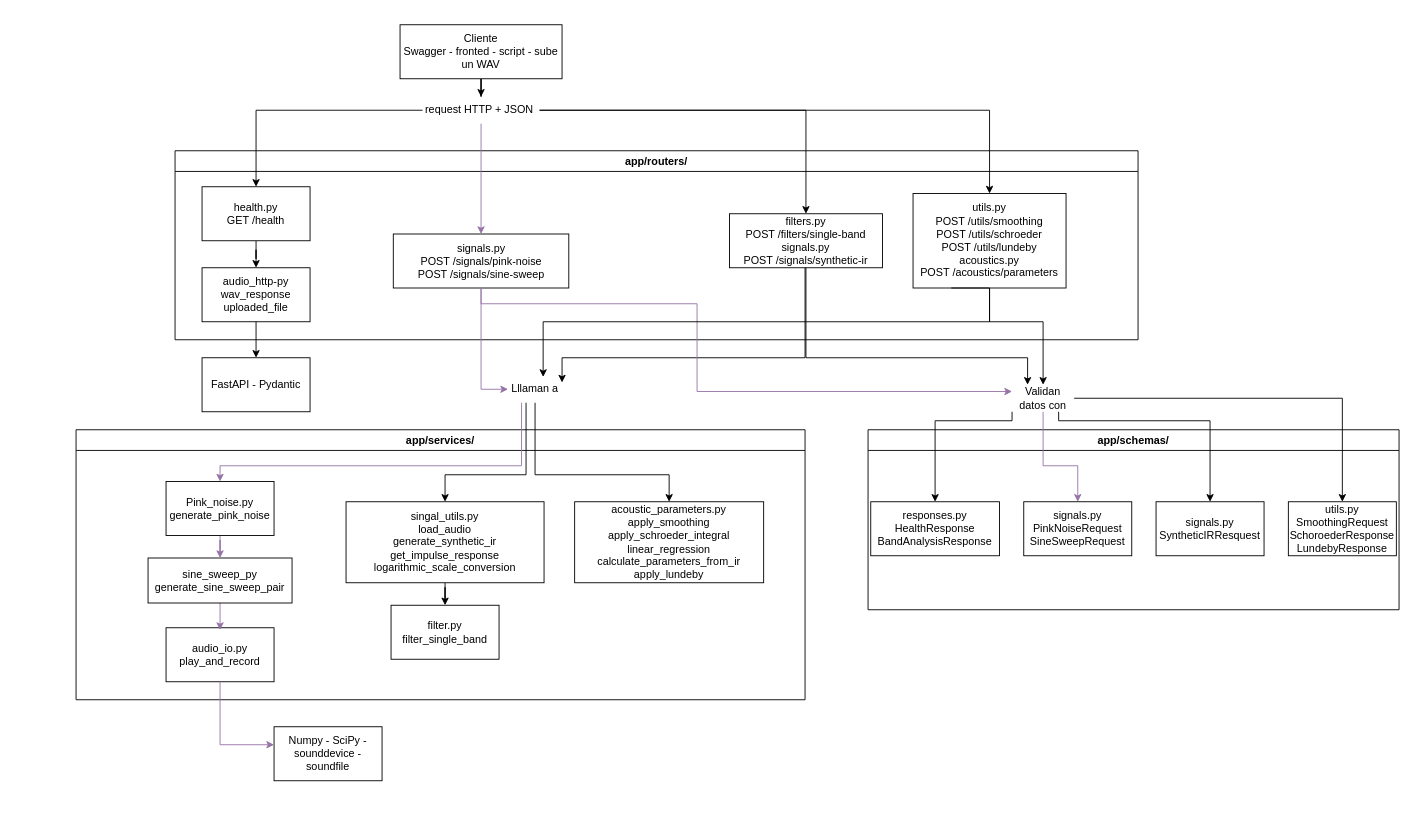
Earlier version of the draw.io diagram docs/arquitectura.drawio (Cadirola24/rir-rar). Source tidied: cells renumbered, new cells numbered last; positions are measured from the earlier drawing's top-left corner, leaving out a move shared by most shapes. Both pictures are drawn from the tidied source at 90%, with x=0, y=0 at pixel (76, 24).
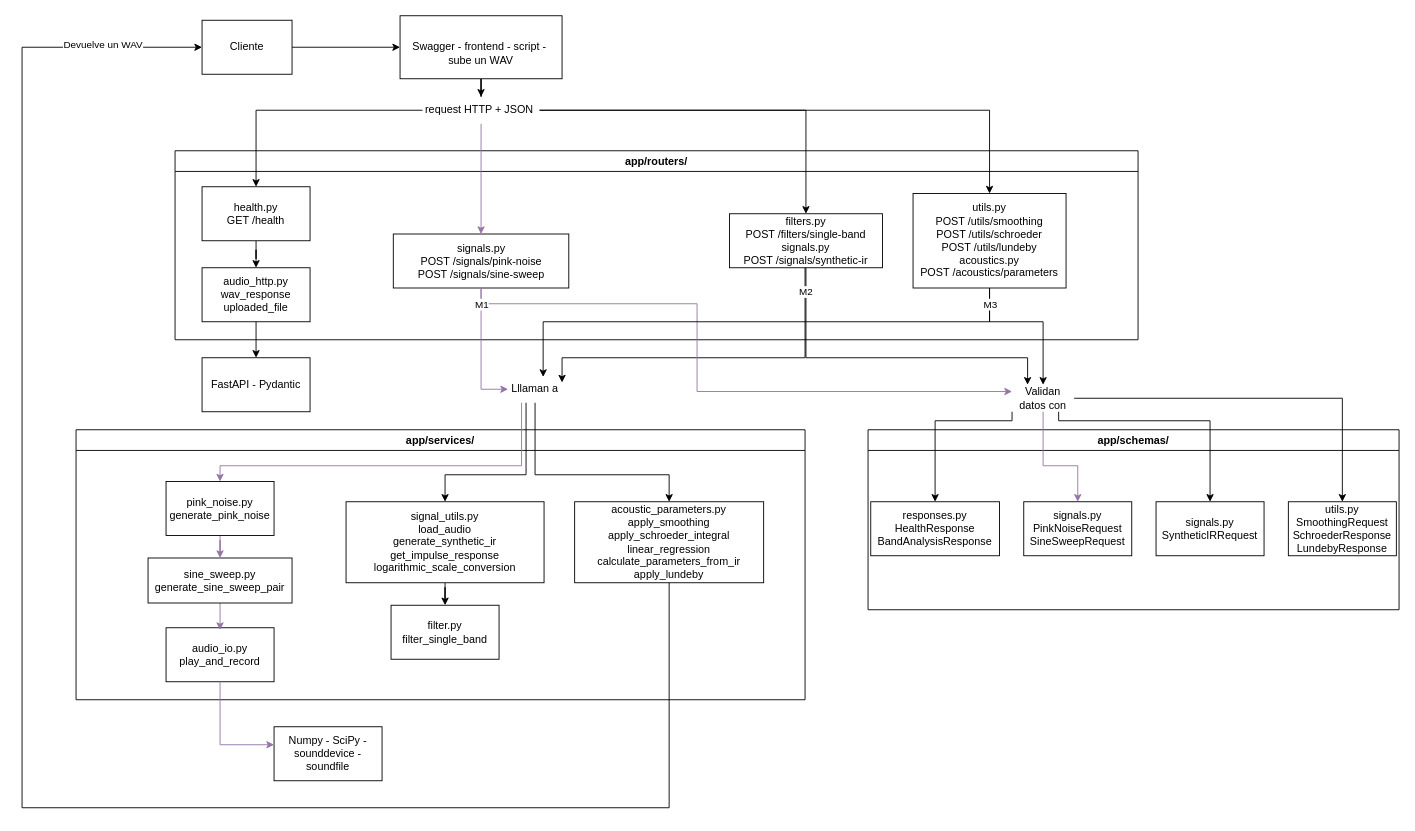
Above is the later version.

Commit message (it also covers changes not shown here):
Corrección final de diagrama

Unchanged cells that the change refers to:
```xml
<mxCell id="2" value="app/routers/" style="swimlane;whiteSpace=wrap;html=1;" parent="1" vertex="1">
  <mxGeometry x="110" y="140" width="1070" height="210" as="geometry" />
</mxCell>
<mxCell id="7" value="utils.py&lt;div&gt;POST /utils/smoothing&lt;/div&gt;&lt;div&gt;POST /utils/schroeder&lt;/div&gt;&lt;div&gt;POST /utils/lundeby&lt;/div&gt;&lt;div&gt;acoustics.py&lt;/div&gt;&lt;div&gt;POST /acoustics/parameters&lt;/div&gt;" style="whiteSpace=wrap;html=1;" parent="2" vertex="1">
  <mxGeometry x="820" y="47.5" width="170" height="105" as="geometry" />
</mxCell>
<mxCell id="16" value="app/schemas/" style="swimlane;whiteSpace=wrap;html=1;" parent="1" vertex="1">
  <mxGeometry x="880" y="450" width="590" height="200" as="geometry" />
</mxCell>
<mxCell id="21" value="app/services/" style="swimlane;whiteSpace=wrap;html=1;" parent="1" vertex="1">
  <mxGeometry y="450" width="810" height="300" as="geometry" />
</mxCell>
<mxCell id="29" value="acoustic_parameters.py&lt;div&gt;&lt;div&gt;apply_smoothing&lt;/div&gt;&lt;div&gt;apply_schroeder_integral&lt;/div&gt;&lt;div&gt;linear_regression&lt;/div&gt;&lt;div&gt;calculate_parameters_from_ir&lt;/div&gt;&lt;div&gt;apply_lundeby&lt;/div&gt;&lt;/div&gt;" style="whiteSpace=wrap;html=1;" parent="21" vertex="1">
  <mxGeometry x="554" y="80" width="210" height="90" as="geometry" />
</mxCell>
<mxCell id="43" value="Lllaman a" style="text;html=1;whiteSpace=wrap;strokeColor=none;fillColor=none;align=center;verticalAlign=middle;rounded=0;" parent="1" vertex="1">
  <mxGeometry x="480" y="390" width="60" height="30" as="geometry" />
</mxCell>
<mxCell id="44" style="edgeStyle=orthogonalEdgeStyle;rounded=0;jettySize=auto;html=1;entryX=1;entryY=0.25;entryDx=0;entryDy=0;strokeColor=light-dark(#000000,#00CC00);" parent="1" edge="1" source="6" target="43">
  <mxGeometry relative="1" as="geometry">
    <Array as="points">
      <mxPoint x="810" y="370" />
      <mxPoint x="540" y="370" />
    </Array>
  </mxGeometry>
</mxCell>
<mxCell id="47" style="edgeStyle=orthogonalEdgeStyle;rounded=0;jettySize=auto;html=1;entryX=0;entryY=0.5;entryDx=0;entryDy=0;strokeColor=light-dark(#9673A6,#990099);" parent="1" edge="1" source="5" target="43">
  <mxGeometry relative="1" as="geometry" />
</mxCell>
```

Diff of the diagram source:
```diff
@@
-    <mxCell id="8" value="audio_http-py&lt;div&gt;wav_response&lt;/div&gt;&lt;div&gt;uploaded_file&lt;/div&gt;" style="whiteSpace=wrap;html=1;" parent="2" vertex="1">
+    <mxCell id="8" value="audio_http.py&lt;div&gt;wav_response&lt;/div&gt;&lt;div&gt;uploaded_file&lt;/div&gt;" style="whiteSpace=wrap;html=1;" parent="2" vertex="1">
       <mxGeometry x="30" y="130" width="120" height="60" as="geometry" />
     </mxCell>
@@
-    <mxCell id="10" value="&lt;div&gt;Cliente&lt;/div&gt;&lt;div&gt;Swagger - fronted - script - sube un WAV&lt;/div&gt;" style="rounded=0;whiteSpace=wrap;html=1;" parent="1" vertex="1">
-      <mxGeometry x="360" width="180" height="60" as="geometry" />
+    <mxCell id="10" value="&lt;div&gt;&lt;br&gt;&lt;/div&gt;&lt;div&gt;Swagger - frontend - script -&amp;nbsp;&lt;/div&gt;&lt;div&gt;sube un WAV&lt;/div&gt;" style="rounded=0;whiteSpace=wrap;html=1;" parent="1" vertex="1">
+      <mxGeometry x="360" y="-10" width="180" height="70" as="geometry" />
     </mxCell>
@@
-    <mxCell id="17" value="signals.py&lt;div&gt;SyntheticIRResquest&lt;/div&gt;" style="whiteSpace=wrap;html=1;" parent="16" vertex="1">
+    <mxCell id="17" value="signals.py&lt;div&gt;SyntheticIRRequest&lt;/div&gt;" style="whiteSpace=wrap;html=1;" parent="16" vertex="1">
       <mxGeometry x="320" y="80" width="120" height="60" as="geometry" />
     </mxCell>
@@
-    <mxCell id="19" value="utils.py&lt;div&gt;SmoothingRequest&lt;/div&gt;&lt;div&gt;SchoroederResponse&lt;/div&gt;&lt;div&gt;LundebyResponse&lt;/div&gt;" style="whiteSpace=wrap;html=1;" parent="16" vertex="1">
+    <mxCell id="19" value="utils.py&lt;div&gt;SmoothingRequest&lt;/div&gt;&lt;div&gt;SchroederResponse&lt;/div&gt;&lt;div&gt;LundebyResponse&lt;/div&gt;" style="whiteSpace=wrap;html=1;" parent="16" vertex="1">
       <mxGeometry x="467" y="80" width="120" height="60" as="geometry" />
     </mxCell>
@@
-    <mxCell id="23" value="Pink_noise.py&lt;div&gt;generate_pink_noise&lt;/div&gt;" style="whiteSpace=wrap;html=1;" parent="21" vertex="1">
+    <mxCell id="23" value="pink_noise.py&lt;div&gt;generate_pink_noise&lt;/div&gt;" style="whiteSpace=wrap;html=1;" parent="21" vertex="1">
       <mxGeometry x="100" y="57.5" width="120" height="60" as="geometry" />
     </mxCell>
@@
-    <mxCell id="26" value="sine_sweep_py&lt;div&gt;generate_sine_sweep_pair&lt;/div&gt;" style="whiteSpace=wrap;html=1;" parent="21" vertex="1">
+    <mxCell id="26" value="sine_sweep.py&lt;div&gt;generate_sine_sweep_pair&lt;/div&gt;" style="whiteSpace=wrap;html=1;" parent="21" vertex="1">
       <mxGeometry x="80" y="142.5" width="160" height="50" as="geometry" />
     </mxCell>
@@
-    <mxCell id="28" value="singal_utils.py&lt;div&gt;&lt;div&gt;load_audio&lt;/div&gt;&lt;div&gt;generate_synthetic_ir&lt;/div&gt;&lt;div&gt;get_impulse_response&lt;/div&gt;&lt;div&gt;logarithmic_scale_conversion&lt;/div&gt;&lt;/div&gt;" style="whiteSpace=wrap;html=1;" parent="21" vertex="1">
+    <mxCell id="28" value="signal_utils.py&lt;div&gt;&lt;div&gt;load_audio&lt;/div&gt;&lt;div&gt;generate_synthetic_ir&lt;/div&gt;&lt;div&gt;get_impulse_response&lt;/div&gt;&lt;div&gt;logarithmic_scale_conversion&lt;/div&gt;&lt;/div&gt;" style="whiteSpace=wrap;html=1;" parent="21" vertex="1">
       <mxGeometry x="300" y="80" width="220" height="90" as="geometry" />
     </mxCell>
@@
+    <mxCell id="50" value="M2" style="edgeLabel;html=1;align=center;verticalAlign=middle;inheritText=1;" parent="44" vertex="1">
+      <mxGeometry x="-0.87" relative="1" as="geometry" />
+    </mxCell>
@@
-    <mxCell id="46" style="edgeStyle=orthogonalEdgeStyle;rounded=0;jettySize=auto;html=1;exitX=0.25;exitY=1;exitDx=0;exitDy=0;entryX=0.65;entryY=0.044;entryDx=0;entryDy=0;entryPerimeter=0;strokeColor=light-dark(#000000,#FFFF00);" parent="1" edge="1" source="7" target="43">
-      <mxGeometry x="0.13" relative="1" as="geometry">
+    <mxCell id="46" style="edgeStyle=orthogonalEdgeStyle;rounded=0;jettySize=auto;html=1;exitX=0.5;exitY=1;exitDx=0;exitDy=0;entryX=0.65;entryY=0.044;entryDx=0;entryDy=0;entryPerimeter=0;strokeColor=light-dark(#000000,#FFFF00);" parent="1" edge="1" source="7" target="43">
+      <mxGeometry x="0.07" relative="1" as="geometry">
         <Array as="points">
-          <mxPoint x="1015" y="292.5" />
           <mxPoint x="1015" y="330" />
           <mxPoint x="519" y="330" />
         </Array>
       </mxGeometry>
     </mxCell>
+    <mxCell id="51" value="M3" style="edgeLabel;html=1;align=center;verticalAlign=middle;inheritText=1;" parent="46" vertex="1">
+      <mxGeometry x="-0.94" relative="1" as="geometry" />
+    </mxCell>
@@
+    <mxCell id="52" value="M1" style="edgeLabel;html=1;align=center;verticalAlign=middle;inheritText=1;" parent="47" vertex="1">
+      <mxGeometry x="-0.75" relative="1" as="geometry" />
+    </mxCell>
@@
+    <mxCell id="53" style="edgeStyle=orthogonalEdgeStyle;rounded=0;jettySize=auto;html=1;entryX=0;entryY=0.5;entryDx=0;entryDy=0;defaultLabelBackgroundColor=page;" parent="1" edge="1" source="54" target="10">
+      <mxGeometry relative="1" as="geometry" />
+    </mxCell>
+    <mxCell id="54" value="Cliente" style="whiteSpace=wrap;html=1;" parent="1" vertex="1">
+      <mxGeometry x="140" y="-5" width="100" height="60" as="geometry" />
+    </mxCell>
+    <mxCell id="55" style="edgeStyle=orthogonalEdgeStyle;rounded=0;jettySize=auto;html=1;defaultLabelBackgroundColor=page;entryX=0;entryY=0.5;entryDx=0;entryDy=0;" parent="1" edge="1" source="29" target="54">
+      <mxGeometry x="0.39" relative="1" as="geometry">
+        <Array as="points">
+          <mxPoint x="659" y="870" />
+          <mxPoint x="-60" y="870" />
+          <mxPoint x="-60" y="25" />
+        </Array>
+      </mxGeometry>
+    </mxCell>
+    <mxCell id="56" value="Devuelve un WAV" style="edgeLabel;html=1;align=center;verticalAlign=middle;inheritText=1;defaultLabelBackgroundColor=page;" parent="55" vertex="1">
+      <mxGeometry x="0.89" y="4" relative="1" as="geometry" />
+    </mxCell>
```
